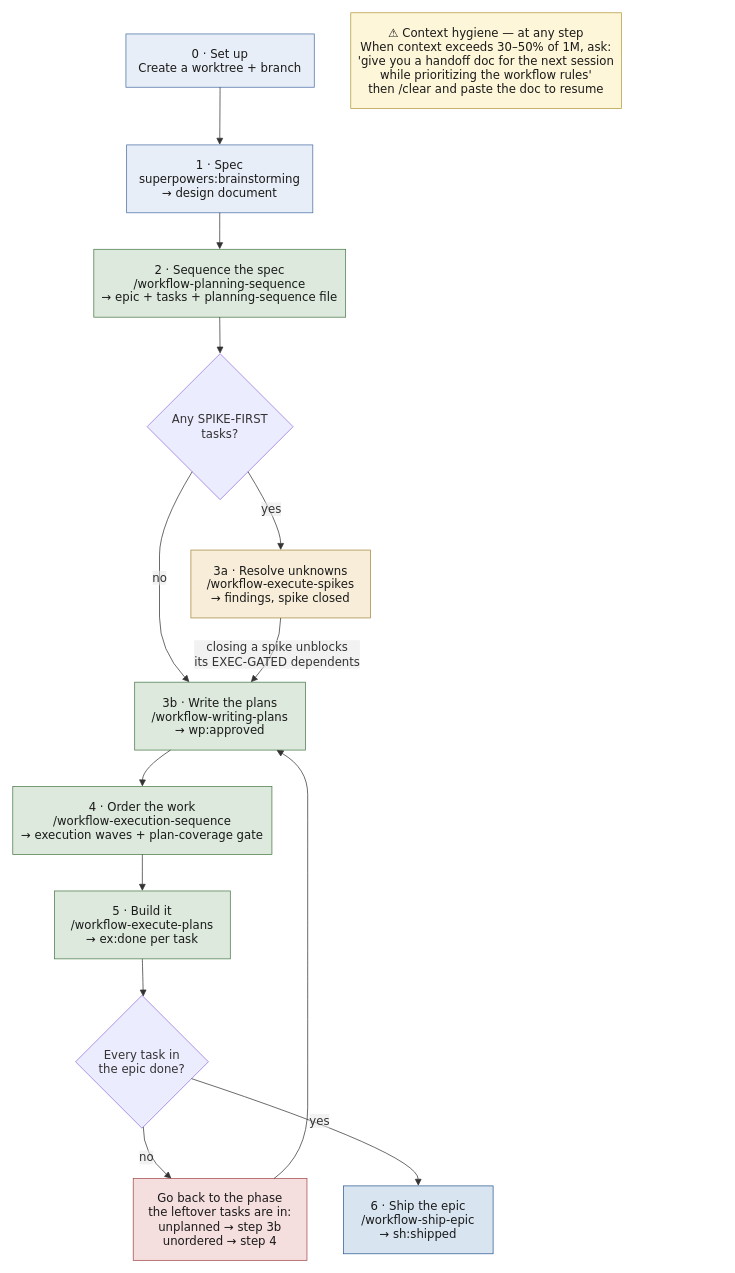
Above: docs/workflow-process-flow.drawio in arkevo/beadspowers-python (draw.io), before the change. Source tidied: cells renumbered, new cells numbered last; positions are measured from the earlier drawing's top-left corner, leaving out a move shared by most shapes. Both pictures are drawn from the tidied source at 73%, with x=0, y=0 at pixel (12, 12).
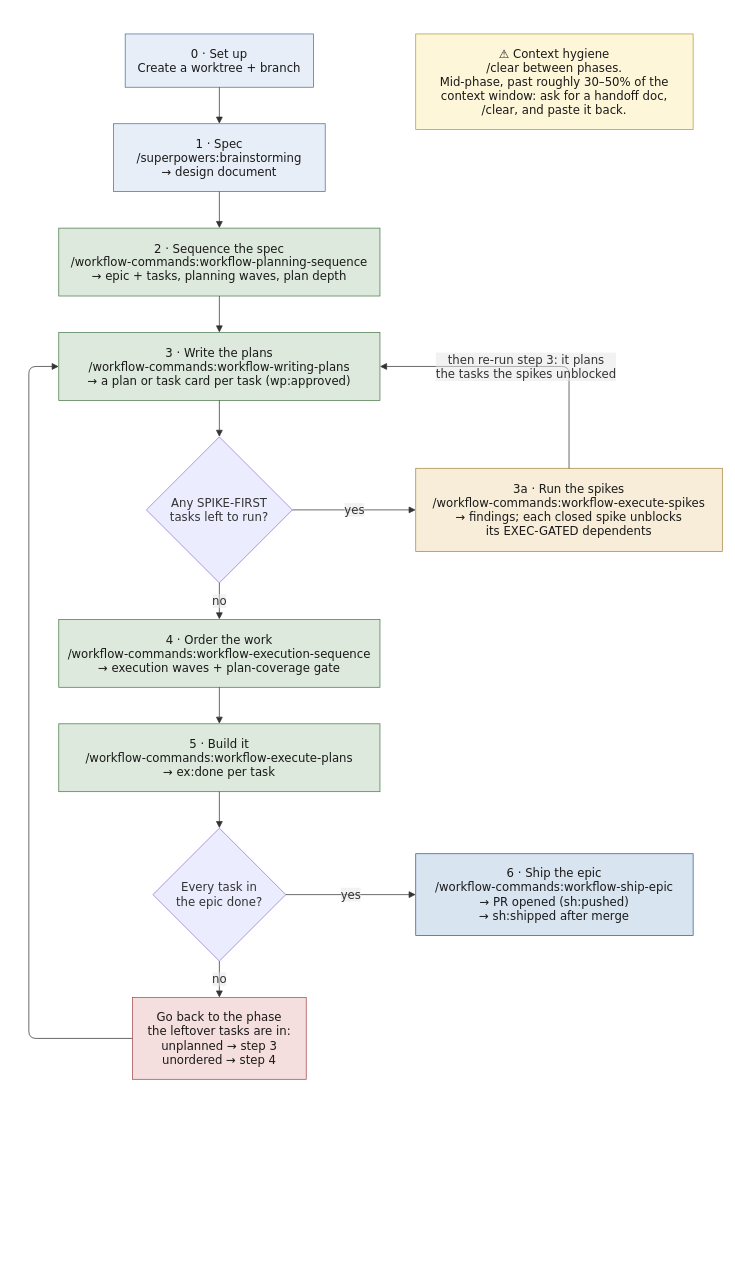
Above is the later version.

Commit message (it also covers changes not shown here):
docs: short README recipe, updated process diagram, /clear between phases

What changed in the source:
```diff
@@
     <mxCell id="2" value="0 · Set up&#10;Create a worktree + branch" style="html=1;whiteSpace=wrap;strokeWidth=1;fillColor=#e8eef7;strokeColor=#4a6fa5;fontColor=#1a1a1a;fontFamily=Trebuchet MS,Verdana,Arial,sans-serif;fontSize=16;" parent="1" vertex="1">
-      <mxGeometry x="155" y="29" width="258" height="73" as="geometry" />
+      <mxGeometry x="154" y="29" width="258" height="73" as="geometry" />
     </mxCell>
-    <mxCell id="3" value="1 · Spec&#10;superpowers:brainstorming&#10;→ design document" style="html=1;whiteSpace=wrap;strokeWidth=1;fillColor=#e8eef7;strokeColor=#4a6fa5;fontColor=#1a1a1a;fontFamily=Trebuchet MS,Verdana,Arial,sans-serif;fontSize=16;" parent="1" vertex="1">
-      <mxGeometry x="156" y="181" width="255" height="93" as="geometry" />
+    <mxCell id="3" value="1 · Spec&#10;/superpowers:brainstorming&#10;→ design document" style="html=1;whiteSpace=wrap;strokeWidth=1;fillColor=#e8eef7;strokeColor=#4a6fa5;fontColor=#1a1a1a;fontFamily=Trebuchet MS,Verdana,Arial,sans-serif;fontSize=16;" parent="1" vertex="1">
+      <mxGeometry x="138" y="152" width="290" height="93" as="geometry" />
     </mxCell>
-    <mxCell id="4" value="2 · Sequence the spec&#10;/workflow-planning-sequence&#10;→ epic + tasks + planning-sequence file" style="html=1;whiteSpace=wrap;strokeWidth=1;fillColor=#dce9dc;strokeColor=#4a7a4a;fontColor=#1a1a1a;fontFamily=Trebuchet MS,Verdana,Arial,sans-serif;fontSize=16;" parent="1" vertex="1">
-      <mxGeometry x="111" y="324" width="345" height="93" as="geometry" />
+    <mxCell id="4" value="2 · Sequence the spec&#10;/workflow-commands:workflow-planning-sequence&#10;→ epic + tasks, planning waves, plan depth" style="html=1;whiteSpace=wrap;strokeWidth=1;fillColor=#dce9dc;strokeColor=#4a7a4a;fontColor=#1a1a1a;fontFamily=Trebuchet MS,Verdana,Arial,sans-serif;fontSize=16;" parent="1" vertex="1">
+      <mxGeometry x="63" y="295" width="440" height="93" as="geometry" />
     </mxCell>
+    <mxCell id="7" value="3 · Write the plans&#10;/workflow-commands:workflow-writing-plans&#10;→ a plan or task card per task (wp:approved)" style="html=1;whiteSpace=wrap;strokeWidth=1;fillColor=#dce9dc;strokeColor=#4a7a4a;fontColor=#1a1a1a;fontFamily=Trebuchet MS,Verdana,Arial,sans-serif;fontSize=16;" parent="1" vertex="1">
+      <mxGeometry x="63" y="438" width="440" height="93" as="geometry" />
+    </mxCell>
-    <mxCell id="5" value="Any SPIKE-FIRST&#10;tasks?" style="rhombus;html=1;strokeWidth=1;whiteSpace=wrap;fillColor=light-dark(#ECECFF,#1f2020);strokeColor=light-dark(#9370DB,#cccccc);fontColor=light-dark(#333333,#cccccc);fontFamily=Trebuchet MS,Verdana,Arial,sans-serif;fontSize=16;" parent="1" vertex="1">
-      <mxGeometry x="184" y="467" width="200" height="200" as="geometry" />
+    <mxCell id="5" value="Any SPIKE-FIRST&#10;tasks left to run?" style="rhombus;html=1;strokeWidth=1;whiteSpace=wrap;fillColor=light-dark(#ECECFF,#1f2020);strokeColor=light-dark(#9370DB,#cccccc);fontColor=light-dark(#333333,#cccccc);fontFamily=Trebuchet MS,Verdana,Arial,sans-serif;fontSize=16;" parent="1" vertex="1">
+      <mxGeometry x="183" y="581" width="200" height="200" as="geometry" />
     </mxCell>
-    <mxCell id="6" value="3a · Resolve unknowns&#10;/workflow-execute-spikes&#10;→ findings, spike closed" style="html=1;whiteSpace=wrap;strokeWidth=1;fillColor=#f7edd8;strokeColor=#a5883f;fontColor=#1a1a1a;fontFamily=Trebuchet MS,Verdana,Arial,sans-serif;fontSize=16;" parent="1" vertex="1">
-      <mxGeometry x="244" y="736" width="246" height="93" as="geometry" />
+    <mxCell id="6" value="3a · Run the spikes&#10;/workflow-commands:workflow-execute-spikes&#10;→ findings; each closed spike unblocks&#10;its EXEC-GATED dependents" style="html=1;whiteSpace=wrap;strokeWidth=1;fillColor=#f7edd8;strokeColor=#a5883f;fontColor=#1a1a1a;fontFamily=Trebuchet MS,Verdana,Arial,sans-serif;fontSize=16;" parent="1" vertex="1">
+      <mxGeometry x="552" y="624" width="420" height="114" as="geometry" />
     </mxCell>
-    <mxCell id="7" value="3b · Write the plans&#10;/workflow-writing-plans&#10;→ wp:approved" style="html=1;whiteSpace=wrap;strokeWidth=1;fillColor=#dce9dc;strokeColor=#4a7a4a;fontColor=#1a1a1a;fontFamily=Trebuchet MS,Verdana,Arial,sans-serif;fontSize=16;" parent="1" vertex="1">
-      <mxGeometry x="167" y="917" width="234" height="93" as="geometry" />
-    </mxCell>
-    <mxCell id="8" value="4 · Order the work&#10;/workflow-execution-sequence&#10;→ execution waves + plan-coverage gate" style="html=1;whiteSpace=wrap;strokeWidth=1;fillColor=#dce9dc;strokeColor=#4a7a4a;fontColor=#1a1a1a;fontFamily=Trebuchet MS,Verdana,Arial,sans-serif;fontSize=16;" parent="1" vertex="1">
-      <mxGeometry y="1060" width="355" height="93" as="geometry" />
+    <mxCell id="8" value="4 · Order the work&#10;/workflow-commands:workflow-execution-sequence&#10;→ execution waves + plan-coverage gate" style="html=1;whiteSpace=wrap;strokeWidth=1;fillColor=#dce9dc;strokeColor=#4a7a4a;fontColor=#1a1a1a;fontFamily=Trebuchet MS,Verdana,Arial,sans-serif;fontSize=16;" parent="1" vertex="1">
+      <mxGeometry x="63" y="831" width="440" height="93" as="geometry" />
     </mxCell>
-    <mxCell id="9" value="5 · Build it&#10;/workflow-execute-plans&#10;→ ex:done per task" style="html=1;whiteSpace=wrap;strokeWidth=1;fillColor=#dce9dc;strokeColor=#4a7a4a;fontColor=#1a1a1a;fontFamily=Trebuchet MS,Verdana,Arial,sans-serif;fontSize=16;" parent="1" vertex="1">
-      <mxGeometry x="57" y="1203" width="241" height="93" as="geometry" />
+    <mxCell id="9" value="5 · Build it&#10;/workflow-commands:workflow-execute-plans&#10;→ ex:done per task" style="html=1;whiteSpace=wrap;strokeWidth=1;fillColor=#dce9dc;strokeColor=#4a7a4a;fontColor=#1a1a1a;fontFamily=Trebuchet MS,Verdana,Arial,sans-serif;fontSize=16;" parent="1" vertex="1">
+      <mxGeometry x="63" y="974" width="440" height="93" as="geometry" />
     </mxCell>
     <mxCell id="10" value="Every task in&#10;the epic done?" style="rhombus;html=1;strokeWidth=1;whiteSpace=wrap;fillColor=light-dark(#ECECFF,#1f2020);strokeColor=light-dark(#9370DB,#cccccc);fontColor=light-dark(#333333,#cccccc);fontFamily=Trebuchet MS,Verdana,Arial,sans-serif;fontSize=16;" parent="1" vertex="1">
-      <mxGeometry x="86" y="1346" width="182" height="182" as="geometry" />
+      <mxGeometry x="192" y="1117" width="182" height="182" as="geometry" />
     </mxCell>
-    <mxCell id="11" value="6 · Ship the epic&#10;/workflow-ship-epic&#10;→ sh:shipped" style="html=1;whiteSpace=wrap;strokeWidth=1;fillColor=#d8e4f0;strokeColor=#2f5c94;fontColor=#1a1a1a;fontFamily=Trebuchet MS,Verdana,Arial,sans-serif;fontSize=16;" parent="1" vertex="1">
-      <mxGeometry x="453" y="1607" width="205" height="93" as="geometry" />
+    <mxCell id="11" value="6 · Ship the epic&#10;/workflow-commands:workflow-ship-epic&#10;→ PR opened (sh:pushed)&#10;→ sh:shipped after merge" style="html=1;whiteSpace=wrap;strokeWidth=1;fillColor=#d8e4f0;strokeColor=#2f5c94;fontColor=#1a1a1a;fontFamily=Trebuchet MS,Verdana,Arial,sans-serif;fontSize=16;" parent="1" vertex="1">
+      <mxGeometry x="552" y="1152" width="380" height="112" as="geometry" />
     </mxCell>
-    <mxCell id="12" value="Go back to the phase&#10;the leftover tasks are in:&#10;unplanned → step 3b&#10;unordered → step 4" style="html=1;whiteSpace=wrap;strokeWidth=1;fillColor=#f5dede;strokeColor=#a34a4a;fontColor=#1a1a1a;fontFamily=Trebuchet MS,Verdana,Arial,sans-serif;fontSize=16;" parent="1" vertex="1">
-      <mxGeometry x="165" y="1597" width="238" height="112" as="geometry" />
+    <mxCell id="12" value="Go back to the phase&#10;the leftover tasks are in:&#10;unplanned → step 3&#10;unordered → step 4" style="html=1;whiteSpace=wrap;strokeWidth=1;fillColor=#f5dede;strokeColor=#a34a4a;fontColor=#1a1a1a;fontFamily=Trebuchet MS,Verdana,Arial,sans-serif;fontSize=16;" parent="1" vertex="1">
+      <mxGeometry x="164" y="1349" width="238" height="112" as="geometry" />
     </mxCell>
-    <mxCell id="13" value="⚠ Context hygiene — at any step&#10;When context exceeds 30–50% of 1M, ask:&#10;'give you a handoff doc for the next session&#10;while prioritizing the workflow rules'&#10;then /clear and paste the doc to resume" style="html=1;whiteSpace=wrap;strokeWidth=1;fillColor=#fdf6d8;strokeColor=#b09a3c;fontColor=#1a1a1a;fontFamily=Trebuchet MS,Verdana,Arial,sans-serif;fontSize=16;" parent="1" vertex="1">
-      <mxGeometry x="463" width="371" height="131" as="geometry" />
+    <mxCell id="13" value="⚠ Context hygiene&#10;/clear between phases.&#10;Mid-phase, past roughly 30–50% of the&#10;context window: ask for a handoff doc,&#10;/clear, and paste it back." style="html=1;whiteSpace=wrap;strokeWidth=1;fillColor=#fdf6d8;strokeColor=#b09a3c;fontColor=#1a1a1a;fontFamily=Trebuchet MS,Verdana,Arial,sans-serif;fontSize=16;" parent="1" vertex="1">
+      <mxGeometry x="552" y="29" width="380" height="131" as="geometry" />
     </mxCell>
-    <mxCell id="14" style="curved=1;startArrow=none;endArrow=block;endSize=7;strokeColor=light-dark(#333333,#cccccc);exitX=0.5;exitY=1;entryX=0.5;entryY=0;" parent="1" edge="1" source="2" target="3">
+    <mxCell id="14" style="edgeStyle=orthogonalEdgeStyle;rounded=1;startArrow=none;endArrow=block;endSize=7;strokeColor=light-dark(#333333,#cccccc);exitX=0.5;exitY=1;entryX=0.5;entryY=0;" parent="1" edge="1" source="2" target="3">
       <mxGeometry relative="1" as="geometry" />
     </mxCell>
-    <mxCell id="15" style="curved=1;startArrow=none;endArrow=block;endSize=7;strokeColor=light-dark(#333333,#cccccc);exitX=0.5;exitY=1;entryX=0.5;entryY=0;" parent="1" edge="1" source="3" target="4">
+    <mxCell id="15" style="edgeStyle=orthogonalEdgeStyle;rounded=1;startArrow=none;endArrow=block;endSize=7;strokeColor=light-dark(#333333,#cccccc);exitX=0.5;exitY=1;entryX=0.5;entryY=0;" parent="1" edge="1" source="3" target="4">
       <mxGeometry relative="1" as="geometry" />
     </mxCell>
-    <mxCell id="16" style="curved=1;startArrow=none;endArrow=block;endSize=7;strokeColor=light-dark(#333333,#cccccc);exitX=0.5;exitY=1;entryX=0.5;entryY=0;" parent="1" edge="1" source="4" target="5">
+    <mxCell id="16" style="edgeStyle=orthogonalEdgeStyle;rounded=1;startArrow=none;endArrow=block;endSize=7;strokeColor=light-dark(#333333,#cccccc);exitX=0.5;exitY=1;entryX=0.5;entryY=0;" parent="1" edge="1" source="4" target="7">
       <mxGeometry relative="1" as="geometry" />
     </mxCell>
-    <mxCell id="17" value="yes" style="curved=1;startArrow=none;endArrow=block;endSize=7;strokeColor=light-dark(#333333,#cccccc);html=1;fontSize=16;labelBackgroundColor=light-dark(#E8E8E88D,#2a2a2a8D);fontFamily=Trebuchet MS,Verdana,Arial,sans-serif;fontColor=light-dark(#333333,#cccccc);exitX=0.81;exitY=1;entryX=0.5;entryY=0;" parent="1" edge="1" source="5" target="6">
-      <mxGeometry relative="1" as="geometry">
-        <Array as="points">
-          <mxPoint x="367" y="702" />
-        </Array>
-      </mxGeometry>
+    <mxCell id="17" style="edgeStyle=orthogonalEdgeStyle;rounded=1;startArrow=none;endArrow=block;endSize=7;strokeColor=light-dark(#333333,#cccccc);exitX=0.5;exitY=1;entryX=0.5;entryY=0;" parent="1" edge="1" source="7" target="5">
+      <mxGeometry relative="1" as="geometry" />
     </mxCell>
-    <mxCell id="18" value="no" style="curved=1;startArrow=none;endArrow=block;endSize=7;strokeColor=light-dark(#333333,#cccccc);html=1;fontSize=16;labelBackgroundColor=light-dark(#E8E8E88D,#2a2a2a8D);fontFamily=Trebuchet MS,Verdana,Arial,sans-serif;fontColor=light-dark(#333333,#cccccc);exitX=0.19;exitY=1;entryX=0.32;entryY=0;" parent="1" edge="1" source="5" target="7">
-      <mxGeometry relative="1" as="geometry">
-        <Array as="points">
-          <mxPoint x="201" y="702" />
-          <mxPoint x="201" y="783" />
-          <mxPoint x="201" y="873" />
-        </Array>
-      </mxGeometry>
+    <mxCell id="18" value="yes" style="edgeStyle=orthogonalEdgeStyle;rounded=1;startArrow=none;endArrow=block;endSize=7;strokeColor=light-dark(#333333,#cccccc);html=1;fontSize=16;labelBackgroundColor=light-dark(#E8E8E88D,#2a2a2a8D);fontFamily=Trebuchet MS,Verdana,Arial,sans-serif;fontColor=light-dark(#333333,#cccccc);exitX=1;exitY=0.5;entryX=0;entryY=0.5;" parent="1" edge="1" source="5" target="6">
+      <mxGeometry relative="1" as="geometry" />
     </mxCell>
-    <mxCell id="19" value="closing a spike unblocks&#10;its EXEC-GATED dependents" style="curved=1;startArrow=none;endArrow=block;endSize=7;strokeColor=light-dark(#333333,#cccccc);html=1;fontSize=16;labelBackgroundColor=light-dark(#E8E8E88D,#2a2a2a8D);fontFamily=Trebuchet MS,Verdana,Arial,sans-serif;fontColor=light-dark(#333333,#cccccc);exitX=0.5;exitY=1;entryX=0.68;entryY=0;" parent="1" edge="1" source="6" target="7">
+    <mxCell id="19" value="then re-run step 3: it plans&#10;the tasks the spikes unblocked" style="edgeStyle=orthogonalEdgeStyle;rounded=1;startArrow=none;endArrow=block;endSize=7;strokeColor=light-dark(#333333,#cccccc);html=1;fontSize=16;labelBackgroundColor=light-dark(#E8E8E88D,#2a2a2a8D);fontFamily=Trebuchet MS,Verdana,Arial,sans-serif;fontColor=light-dark(#333333,#cccccc);exitX=0.5;exitY=0;entryX=1;entryY=0.5;" parent="1" edge="1" source="6" target="7">
       <mxGeometry relative="1" as="geometry">
         <Array as="points">
-          <mxPoint x="367" y="873" />
+          <mxPoint x="762" y="484" />
         </Array>
       </mxGeometry>
     </mxCell>
-    <mxCell id="20" style="curved=1;startArrow=none;endArrow=block;endSize=7;strokeColor=light-dark(#333333,#cccccc);exitX=0.21;exitY=1;entryX=0.5;entryY=0;" parent="1" edge="1" source="7" target="8">
-      <mxGeometry relative="1" as="geometry">
-        <Array as="points">
-          <mxPoint x="178" y="1035" />
-        </Array>
-      </mxGeometry>
+    <mxCell id="20" value="no" style="edgeStyle=orthogonalEdgeStyle;rounded=1;startArrow=none;endArrow=block;endSize=7;strokeColor=light-dark(#333333,#cccccc);html=1;fontSize=16;labelBackgroundColor=light-dark(#E8E8E88D,#2a2a2a8D);fontFamily=Trebuchet MS,Verdana,Arial,sans-serif;fontColor=light-dark(#333333,#cccccc);exitX=0.5;exitY=1;entryX=0.5;entryY=0;" parent="1" edge="1" source="5" target="8">
+      <mxGeometry relative="1" as="geometry" />
     </mxCell>
-    <mxCell id="21" style="curved=1;startArrow=none;endArrow=block;endSize=7;strokeColor=light-dark(#333333,#cccccc);exitX=0.5;exitY=1;entryX=0.5;entryY=0;" parent="1" edge="1" source="8" target="9">
+    <mxCell id="21" style="edgeStyle=orthogonalEdgeStyle;rounded=1;startArrow=none;endArrow=block;endSize=7;strokeColor=light-dark(#333333,#cccccc);exitX=0.5;exitY=1;entryX=0.5;entryY=0;" parent="1" edge="1" source="8" target="9">
       <mxGeometry relative="1" as="geometry" />
     </mxCell>
-    <mxCell id="22" style="curved=1;startArrow=none;endArrow=block;endSize=7;strokeColor=light-dark(#333333,#cccccc);exitX=0.5;exitY=1;entryX=0.51;entryY=0;" parent="1" edge="1" source="9" target="10">
+    <mxCell id="22" style="edgeStyle=orthogonalEdgeStyle;rounded=1;startArrow=none;endArrow=block;endSize=7;strokeColor=light-dark(#333333,#cccccc);exitX=0.5;exitY=1;entryX=0.5;entryY=0;" parent="1" edge="1" source="9" target="10">
       <mxGeometry relative="1" as="geometry" />
     </mxCell>
-    <mxCell id="23" value="no" style="curved=1;startArrow=none;endArrow=block;endSize=7;strokeColor=light-dark(#333333,#cccccc);html=1;fontSize=16;labelBackgroundColor=light-dark(#E8E8E88D,#2a2a2a8D);fontFamily=Trebuchet MS,Verdana,Arial,sans-serif;fontColor=light-dark(#333333,#cccccc);exitX=0.51;exitY=1;entryX=0.22;entryY=0;" parent="1" edge="1" source="10" target="12">
-      <mxGeometry relative="1" as="geometry">
-        <Array as="points">
-          <mxPoint x="178" y="1563" />
-        </Array>
-      </mxGeometry>
+    <mxCell id="23" value="no" style="edgeStyle=orthogonalEdgeStyle;rounded=1;startArrow=none;endArrow=block;endSize=7;strokeColor=light-dark(#333333,#cccccc);html=1;fontSize=16;labelBackgroundColor=light-dark(#E8E8E88D,#2a2a2a8D);fontFamily=Trebuchet MS,Verdana,Arial,sans-serif;fontColor=light-dark(#333333,#cccccc);exitX=0.5;exitY=1;entryX=0.5;entryY=0;" parent="1" edge="1" source="10" target="12">
+      <mxGeometry relative="1" as="geometry" />
     </mxCell>
-    <mxCell id="24" style="curved=1;startArrow=none;endArrow=block;endSize=7;strokeColor=light-dark(#333333,#cccccc);exitX=0.81;exitY=0;entryX=0.83;entryY=1;" parent="1" edge="1" source="12" target="7">
+    <mxCell id="24" style="edgeStyle=orthogonalEdgeStyle;rounded=1;startArrow=none;endArrow=block;endSize=7;strokeColor=light-dark(#333333,#cccccc);exitX=0;exitY=0.5;entryX=0;entryY=0.5;" parent="1" edge="1" source="12" target="7">
       <mxGeometry relative="1" as="geometry">
         <Array as="points">
-          <mxPoint x="404" y="1563" />
-          <mxPoint x="404" y="1437" />
-          <mxPoint x="404" y="1321" />
-          <mxPoint x="404" y="1250" />
-          <mxPoint x="404" y="1178" />
-          <mxPoint x="404" y="1107" />
-          <mxPoint x="404" y="1035" />
+          <mxPoint x="22" y="1405" />
+          <mxPoint x="22" y="484" />
         </Array>
       </mxGeometry>
     </mxCell>
-    <mxCell id="25" value="yes" style="curved=1;startArrow=none;endArrow=block;endSize=7;strokeColor=light-dark(#333333,#cccccc);html=1;fontSize=16;labelBackgroundColor=light-dark(#E8E8E88D,#2a2a2a8D);fontFamily=Trebuchet MS,Verdana,Arial,sans-serif;fontColor=light-dark(#333333,#cccccc);exitX=1;exitY=0.67;entryX=0.5;entryY=0;" parent="1" edge="1" source="10" target="11">
-      <mxGeometry relative="1" as="geometry">
-        <Array as="points">
-          <mxPoint x="555" y="1563" />
-        </Array>
-      </mxGeometry>
+    <mxCell id="25" value="yes" style="edgeStyle=orthogonalEdgeStyle;rounded=1;startArrow=none;endArrow=block;endSize=7;strokeColor=light-dark(#333333,#cccccc);html=1;fontSize=16;labelBackgroundColor=light-dark(#E8E8E88D,#2a2a2a8D);fontFamily=Trebuchet MS,Verdana,Arial,sans-serif;fontColor=light-dark(#333333,#cccccc);exitX=1;exitY=0.5;entryX=0;entryY=0.5;" parent="1" edge="1" source="10" target="11">
+      <mxGeometry relative="1" as="geometry" />
     </mxCell>
```
